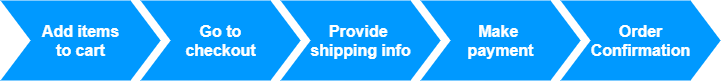
Before: Developer Education/Presentation/public/drawiodiagrams/checkout-process.png, a diagram exported from draw.io (LitiumAB/Education). Source tidied: cells renumbered, new cells last; positions are measured from the earlier drawing's top-left corner, leaving out a move shared by most shapes. The source it was exported from:
```xml
<mxGraphModel>
  <root>
    <mxCell id="0" />
    <mxCell id="1" parent="0" />
    <mxCell id="2" value="Add items&lt;br&gt;to cart" style="html=1;shadow=0;dashed=0;align=center;verticalAlign=middle;shape=mxgraph.arrows2.arrow;dy=0;dx=30;notch=30;fillColor=#0099FF;fontSize=16;fontStyle=1;fontColor=#FFFFFF;strokeColor=none;" parent="1" vertex="1">
      <mxGeometry width="160" height="80" as="geometry" />
    </mxCell>
    <mxCell id="3" value="Go to&lt;br&gt;checkout" style="html=1;shadow=0;dashed=0;align=center;verticalAlign=middle;shape=mxgraph.arrows2.arrow;dy=0;dx=30;notch=30;fillColor=#0099FF;fontSize=16;fontStyle=1;fontColor=#FFFFFF;strokeColor=none;" parent="1" vertex="1">
      <mxGeometry x="140" width="160" height="80" as="geometry" />
    </mxCell>
    <mxCell id="4" value="Provide &lt;br&gt;shipping info" style="html=1;shadow=0;dashed=0;align=center;verticalAlign=middle;shape=mxgraph.arrows2.arrow;dy=0;dx=30;notch=30;fillColor=#0099FF;fontSize=16;fontStyle=1;fontColor=#FFFFFF;strokeColor=none;" parent="1" vertex="1">
      <mxGeometry x="280" width="160" height="80" as="geometry" />
    </mxCell>
    <mxCell id="5" value="Make &lt;br&gt;payment" style="html=1;shadow=0;dashed=0;align=center;verticalAlign=middle;shape=mxgraph.arrows2.arrow;dy=0;dx=30;notch=30;fillColor=#0099FF;fontSize=16;fontStyle=1;fontColor=#FFFFFF;strokeColor=none;" parent="1" vertex="1">
      <mxGeometry x="420" width="160" height="80" as="geometry" />
    </mxCell>
    <mxCell id="6" value="Order&lt;br&gt;Confirmation" style="html=1;shadow=0;dashed=0;align=center;verticalAlign=middle;shape=mxgraph.arrows2.arrow;dy=0;dx=30;notch=30;fillColor=#0099FF;fontSize=16;fontStyle=1;fontColor=#FFFFFF;strokeColor=none;" parent="1" vertex="1">
      <mxGeometry x="560" width="160" height="80" as="geometry" />
    </mxCell>
  </root>
</mxGraphModel>
```
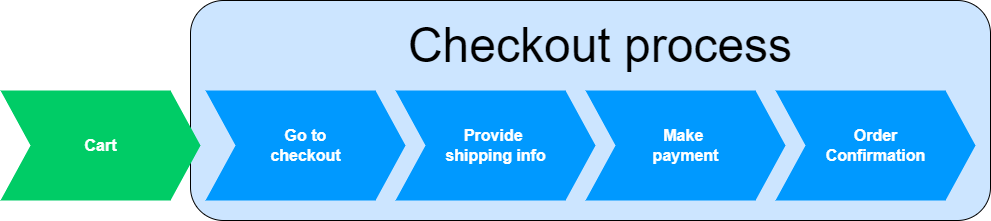
Later version of the same file.

Diff of the diagram source:
```diff
@@ -2,20 +2,26 @@
   <root>
     <mxCell id="0" />
     <mxCell id="1" parent="0" />
-    <mxCell id="2" value="Add items&lt;br&gt;to cart" style="html=1;shadow=0;dashed=0;align=center;verticalAlign=middle;shape=mxgraph.arrows2.arrow;dy=0;dx=30;notch=30;fillColor=#0099FF;fontSize=16;fontStyle=1;fontColor=#FFFFFF;strokeColor=none;" parent="1" vertex="1">
-      <mxGeometry width="160" height="80" as="geometry" />
-    </mxCell>
+    <mxCell id="7" style="rounded=1;whiteSpace=wrap;html=1;fillColor=#CCE5FF;" parent="1" vertex="1">
+      <mxGeometry x="20" y="-90" width="800" height="220" as="geometry" />
+    </mxCell>
     <mxCell id="3" value="Go to&lt;br&gt;checkout" style="html=1;shadow=0;dashed=0;align=center;verticalAlign=middle;shape=mxgraph.arrows2.arrow;dy=0;dx=30;notch=30;fillColor=#0099FF;fontSize=16;fontStyle=1;fontColor=#FFFFFF;strokeColor=none;" parent="1" vertex="1">
-      <mxGeometry x="140" width="160" height="80" as="geometry" />
+      <mxGeometry x="35" width="200" height="110" as="geometry" />
     </mxCell>
     <mxCell id="4" value="Provide &lt;br&gt;shipping info" style="html=1;shadow=0;dashed=0;align=center;verticalAlign=middle;shape=mxgraph.arrows2.arrow;dy=0;dx=30;notch=30;fillColor=#0099FF;fontSize=16;fontStyle=1;fontColor=#FFFFFF;strokeColor=none;" parent="1" vertex="1">
-      <mxGeometry x="280" width="160" height="80" as="geometry" />
+      <mxGeometry x="225" width="200" height="110" as="geometry" />
     </mxCell>
     <mxCell id="5" value="Make &lt;br&gt;payment" style="html=1;shadow=0;dashed=0;align=center;verticalAlign=middle;shape=mxgraph.arrows2.arrow;dy=0;dx=30;notch=30;fillColor=#0099FF;fontSize=16;fontStyle=1;fontColor=#FFFFFF;strokeColor=none;" parent="1" vertex="1">
-      <mxGeometry x="420" width="160" height="80" as="geometry" />
+      <mxGeometry x="415" width="200" height="110" as="geometry" />
     </mxCell>
     <mxCell id="6" value="Order&lt;br&gt;Confirmation" style="html=1;shadow=0;dashed=0;align=center;verticalAlign=middle;shape=mxgraph.arrows2.arrow;dy=0;dx=30;notch=30;fillColor=#0099FF;fontSize=16;fontStyle=1;fontColor=#FFFFFF;strokeColor=none;" parent="1" vertex="1">
-      <mxGeometry x="560" width="160" height="80" as="geometry" />
+      <mxGeometry x="605" width="200" height="110" as="geometry" />
     </mxCell>
+    <mxCell id="8" value="Cart" style="html=1;shadow=0;dashed=0;align=center;verticalAlign=middle;shape=mxgraph.arrows2.arrow;dy=0;dx=30;notch=30;fillColor=#00CC66;fontSize=16;fontStyle=1;fontColor=#FFFFFF;strokeColor=none;" parent="1" vertex="1">
+      <mxGeometry x="-170" width="200" height="110" as="geometry" />
+    </mxCell>
+    <mxCell id="9" value="&lt;font style=&quot;font-size: 48px;&quot;&gt;Checkout process&lt;/font&gt;" style="text;html=1;strokeColor=none;fillColor=none;align=center;verticalAlign=middle;whiteSpace=wrap;rounded=0;" parent="1" vertex="1">
+      <mxGeometry x="170" y="-60" width="520" height="30" as="geometry" />
+    </mxCell>
   </root>
 </mxGraphModel>
```
